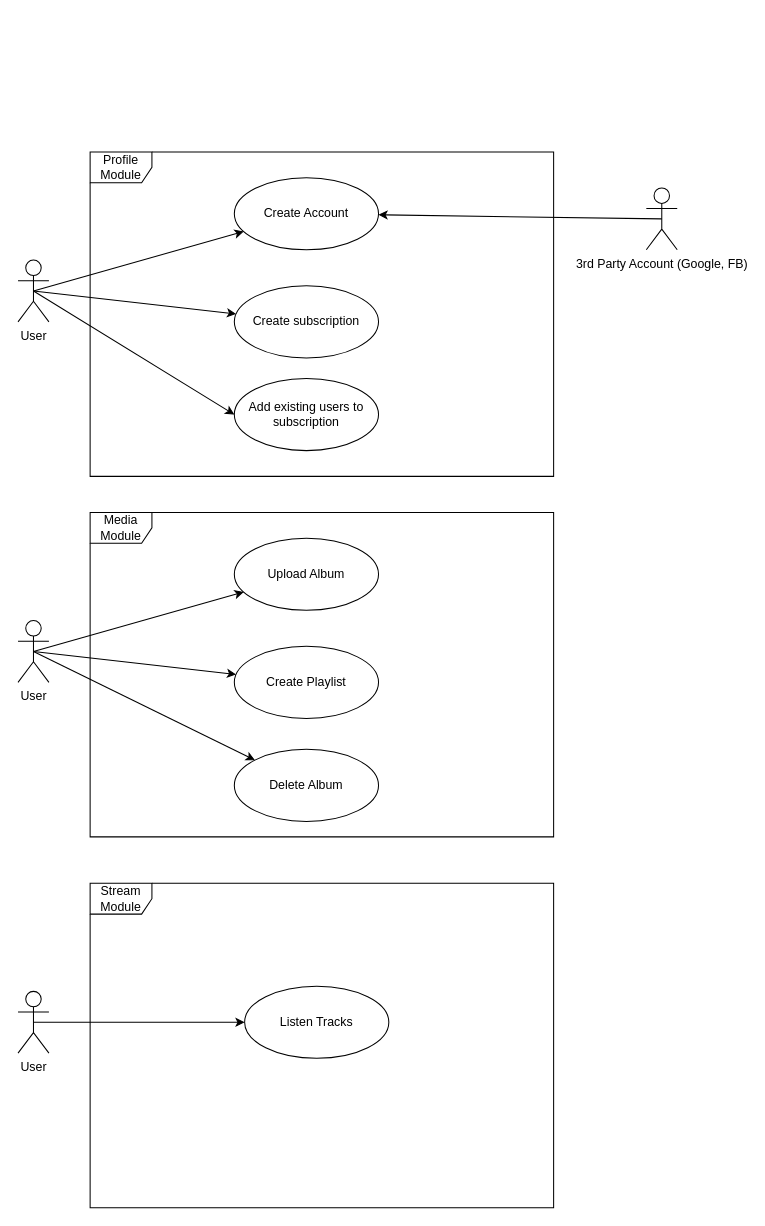
HostYourMusic/documentation keeps this draw.io diagram as page "Use Cases" (2 of 2) of diagrams/main.drawio. Above is the earlier version. Source tidied: cells renumbered, new cells numbered last; positions are measured from the earlier drawing's top-left corner, leaving out a move shared by most shapes. Both pictures are drawn from the tidied source at 103%, with x=0, y=0 at pixel (18, 151).
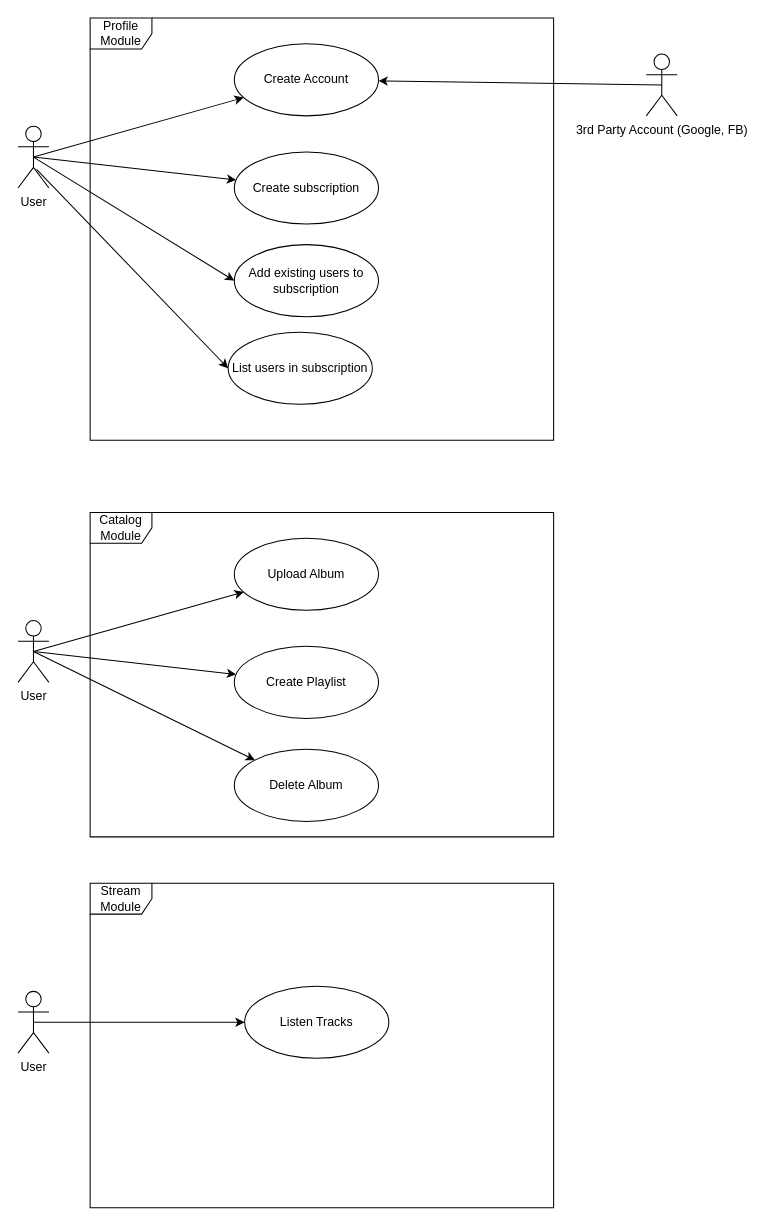
The same diagram, later.

What changed in the source:
```diff
@@
     <mxCell id="2" value="Profile Module" style="shape=umlFrame;whiteSpace=wrap;html=1;" parent="1" vertex="1">
-      <mxGeometry x="70" width="450" height="315" as="geometry" />
+      <mxGeometry x="70" y="-130" width="450" height="410" as="geometry" />
     </mxCell>
     <mxCell id="3" value="User" style="shape=umlActor;verticalLabelPosition=bottom;verticalAlign=top;html=1;" parent="1" vertex="1">
-      <mxGeometry y="105" width="30" height="60" as="geometry" />
+      <mxGeometry y="-25" width="30" height="60" as="geometry" />
     </mxCell>
     <mxCell id="4" value="Create subscription" style="ellipse;whiteSpace=wrap;html=1;" parent="1" vertex="1">
-      <mxGeometry x="210" y="130" width="140" height="70" as="geometry" />
+      <mxGeometry x="210" width="140" height="70" as="geometry" />
     </mxCell>
     <mxCell id="5" value="Create Account" style="ellipse;whiteSpace=wrap;html=1;" parent="1" vertex="1">
-      <mxGeometry x="210" y="25" width="140" height="70" as="geometry" />
+      <mxGeometry x="210" y="-105" width="140" height="70" as="geometry" />
     </mxCell>
     <mxCell id="6" value="3rd Party Account (Google, FB)" style="shape=umlActor;verticalLabelPosition=bottom;verticalAlign=top;html=1;" parent="1" vertex="1">
-      <mxGeometry x="610" y="35" width="30" height="60" as="geometry" />
+      <mxGeometry x="610" y="-95" width="30" height="60" as="geometry" />
     </mxCell>
@@
     <mxCell id="10" value="Add existing users to subscription" style="ellipse;whiteSpace=wrap;html=1;" parent="1" vertex="1">
-      <mxGeometry x="210" y="220" width="140" height="70" as="geometry" />
+      <mxGeometry x="210" y="90" width="140" height="70" as="geometry" />
     </mxCell>
@@
-    <mxCell id="12" value="Media Module" style="shape=umlFrame;whiteSpace=wrap;html=1;" parent="1" vertex="1">
+    <mxCell id="12" value="Catalog Module" style="shape=umlFrame;whiteSpace=wrap;html=1;" parent="1" vertex="1">
       <mxGeometry x="70" y="350" width="450" height="315" as="geometry" />
     </mxCell>
@@
+    <mxCell id="24" value="List users in subscription" style="ellipse;whiteSpace=wrap;html=1;" parent="1" vertex="1">
+      <mxGeometry x="204" y="175" width="140" height="70" as="geometry" />
+    </mxCell>
+    <mxCell id="25" style="endArrow=classic;html=1;exitX=0.6;exitY=0.7;exitDx=0;exitDy=0;exitPerimeter=0;entryX=0;entryY=0.5;entryDx=0;entryDy=0;" parent="1" edge="1" source="3" target="24">
+      <mxGeometry relative="1" as="geometry" />
+    </mxCell>
```
